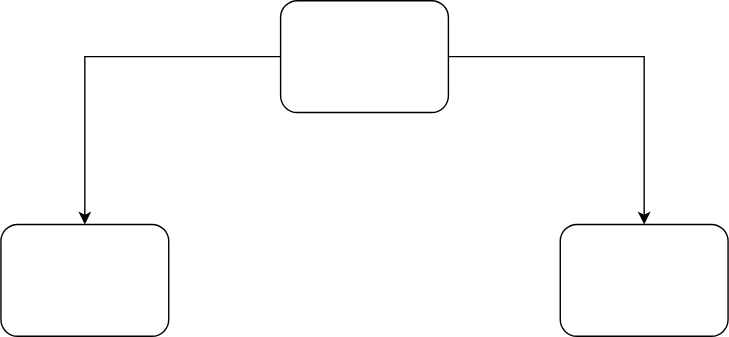
This is Labskaa/Cho-to.drawio.svg from Kango911/Labskaa, a draw.io export, as it was before one commit. Source tidied: cells renumbered, new cells last; positions are measured from the earlier drawing's top-left corner, leaving out a move shared by most shapes.
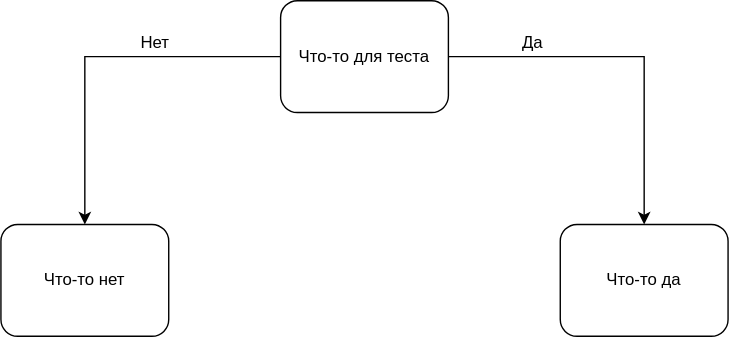
The same diagram one commit later.

What changed in the source:
```diff
@@ -8,14 +8,20 @@
     <mxCell id="3" style="edgeStyle=orthogonalEdgeStyle;rounded=0;jettySize=auto;html=1;" parent="1" edge="1" source="4" target="6">
       <mxGeometry relative="1" as="geometry" />
     </mxCell>
-    <mxCell id="4" style="rounded=1;whiteSpace=wrap;html=1;" parent="1" vertex="1">
+    <mxCell id="4" value="Что-то для теста" style="rounded=1;whiteSpace=wrap;html=1;" parent="1" vertex="1">
       <mxGeometry x="200" width="120" height="80" as="geometry" />
     </mxCell>
-    <mxCell id="5" style="whiteSpace=wrap;html=1;rounded=1;" parent="1" vertex="1">
+    <mxCell id="5" value="Что-то нет" style="whiteSpace=wrap;html=1;rounded=1;" parent="1" vertex="1">
       <mxGeometry y="160" width="120" height="80" as="geometry" />
     </mxCell>
-    <mxCell id="6" style="whiteSpace=wrap;html=1;rounded=1;" parent="1" vertex="1">
+    <mxCell id="6" value="Что-то да" style="whiteSpace=wrap;html=1;rounded=1;" parent="1" vertex="1">
       <mxGeometry x="400" y="160" width="120" height="80" as="geometry" />
     </mxCell>
+    <mxCell id="7" value="Да" style="text;html=1;align=center;verticalAlign=middle;strokeColor=none;fillColor=none;" parent="1" vertex="1">
+      <mxGeometry x="360" y="15" width="40" height="30" as="geometry" />
+    </mxCell>
+    <mxCell id="8" value="Нет" style="text;html=1;align=center;verticalAlign=middle;strokeColor=none;fillColor=none;" parent="1" vertex="1">
+      <mxGeometry x="90" y="15" width="40" height="30" as="geometry" />
+    </mxCell>
   </root>
 </mxGraphModel>
```
